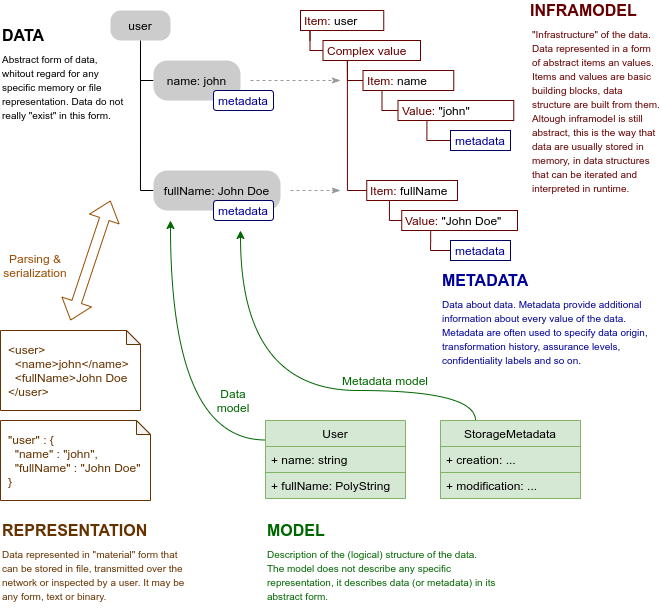
This is midpoint/midprivacy/phases/01-data-provenance-prototype/axiom/data-meta-concepts.png from Evolveum/docs, a draw.io export, as it was before one commit. Source tidied: cells renumbered, new cells last; positions are measured from the earlier drawing's top-left corner, leaving out a move shared by most shapes.
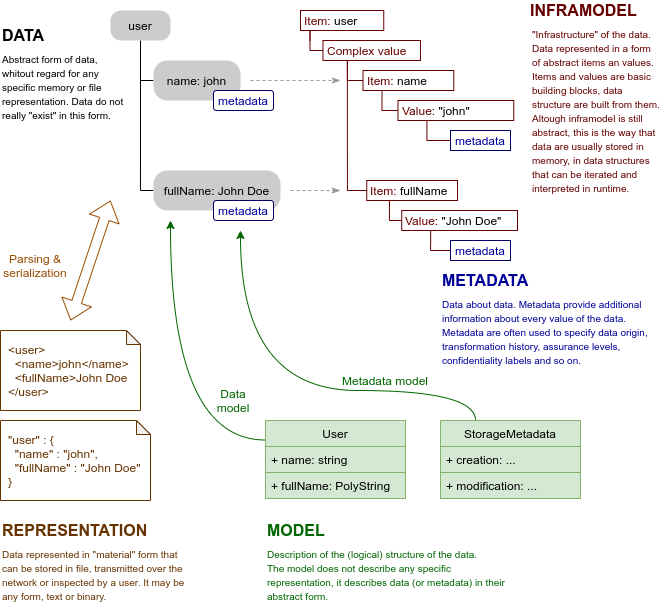
The same file after the commit.

Diff of the diagram source:
```diff
@@ -162,7 +162,7 @@
     <mxCell id="35" value="&quot;user&quot; : {&lt;br&gt;&amp;nbsp; &quot;name&quot; : &quot;john&quot;,&lt;br&gt;&amp;nbsp; &quot;fullName&quot; : &quot;John Doe&quot;&lt;br&gt;}" style="shape=note;whiteSpace=wrap;html=1;backgroundOutline=1;darkOpacity=0.05;strokeColor=#663300;fontColor=#663300;align=left;spacingLeft=4;spacingBottom=4;spacingRight=4;spacing=4;spacingTop=4;horizontal=1;verticalAlign=top;size=14;" parent="1" vertex="1">
       <mxGeometry y="420" width="150" height="80" as="geometry" />
     </mxCell>
-    <mxCell id="36" value="&lt;span style=&quot;font-size: 10px&quot;&gt;Description of the (logical) structure of the data.&lt;br&gt;The model does not describe any specific representation, it describes data (or metadata) in its abstract form.&lt;br&gt;&lt;/span&gt;" style="text;html=1;strokeColor=none;fillColor=none;align=left;verticalAlign=top;whiteSpace=wrap;rounded=0;fontColor=#006600;" parent="1" vertex="1">
+    <mxCell id="36" value="&lt;span style=&quot;font-size: 10px&quot;&gt;Description of the (logical) structure of the data.&lt;br&gt;The model does not describe any specific representation, it describes data (or metadata) in their abstract form.&lt;br&gt;&lt;/span&gt;" style="text;html=1;strokeColor=none;fillColor=none;align=left;verticalAlign=top;whiteSpace=wrap;rounded=0;fontColor=#006600;" parent="1" vertex="1">
       <mxGeometry x="265" y="540" width="247.5" height="70" as="geometry" />
     </mxCell>
     <mxCell id="37" value="&lt;b&gt;&lt;font style=&quot;font-size: 16px&quot; color=&quot;#000099&quot;&gt;METADATA&lt;/font&gt;&lt;/b&gt;" style="text;html=1;strokeColor=none;fillColor=none;align=left;verticalAlign=middle;whiteSpace=wrap;rounded=0;" parent="1" vertex="1">
```
